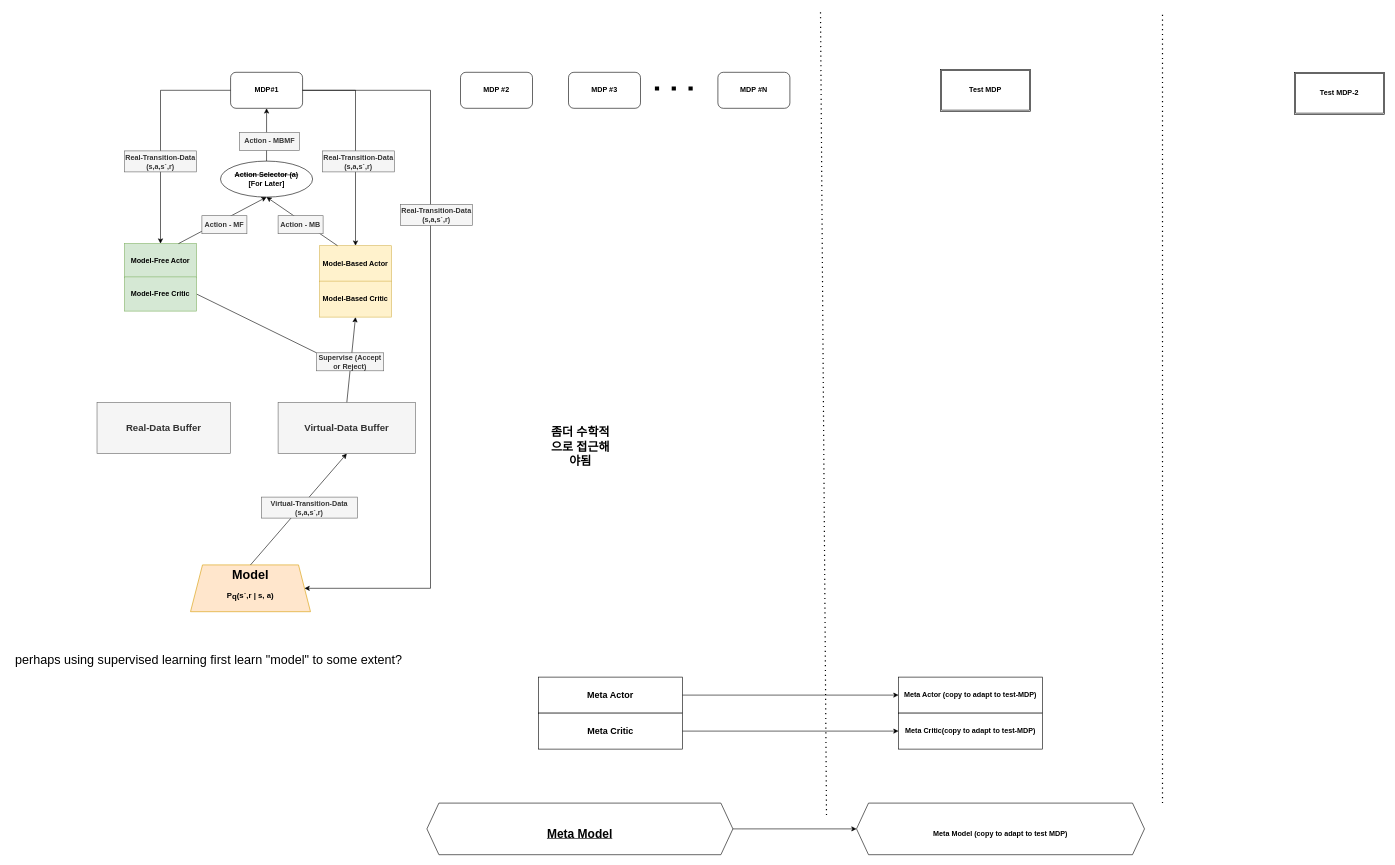
The draw.io diagram Hybrid_MBMF_MetaRL.drawio in jgwak1/research_problem_frameworks, before the edit. Source tidied: cells renumbered, new cells numbered last; positions are measured from the earlier drawing's top-left corner, leaving out a move shared by most shapes. Both pictures are drawn from the tidied source at 60%, with x=0, y=0 at pixel (10, 11).
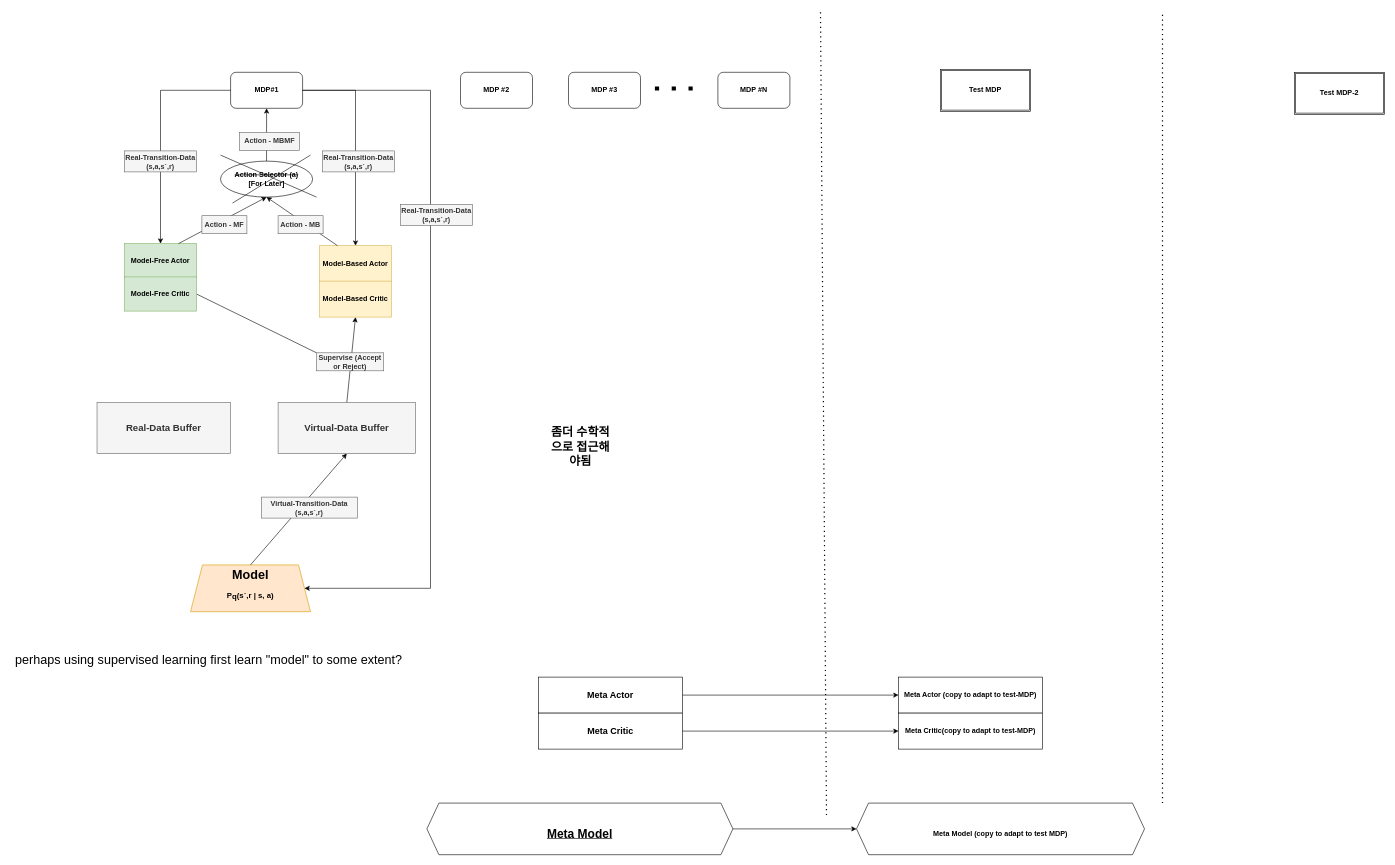
The same diagram, later.

What changed in the source:
```diff
@@
+    <mxCell id="47" style="endArrow=none;html=1;rounded=0;fontFamily=Helvetica;" parent="1" edge="1">
+      <mxGeometry relative="1" as="geometry">
+        <mxPoint x="350" y="240" as="sourcePoint" />
+        <mxPoint x="510" y="310" as="targetPoint" />
+      </mxGeometry>
+    </mxCell>
+    <mxCell id="48" style="endArrow=none;html=1;rounded=0;fontFamily=Helvetica;" parent="1" edge="1">
+      <mxGeometry relative="1" as="geometry">
+        <mxPoint x="370" y="320" as="sourcePoint" />
+        <mxPoint x="500" y="240" as="targetPoint" />
+      </mxGeometry>
+    </mxCell>
```
